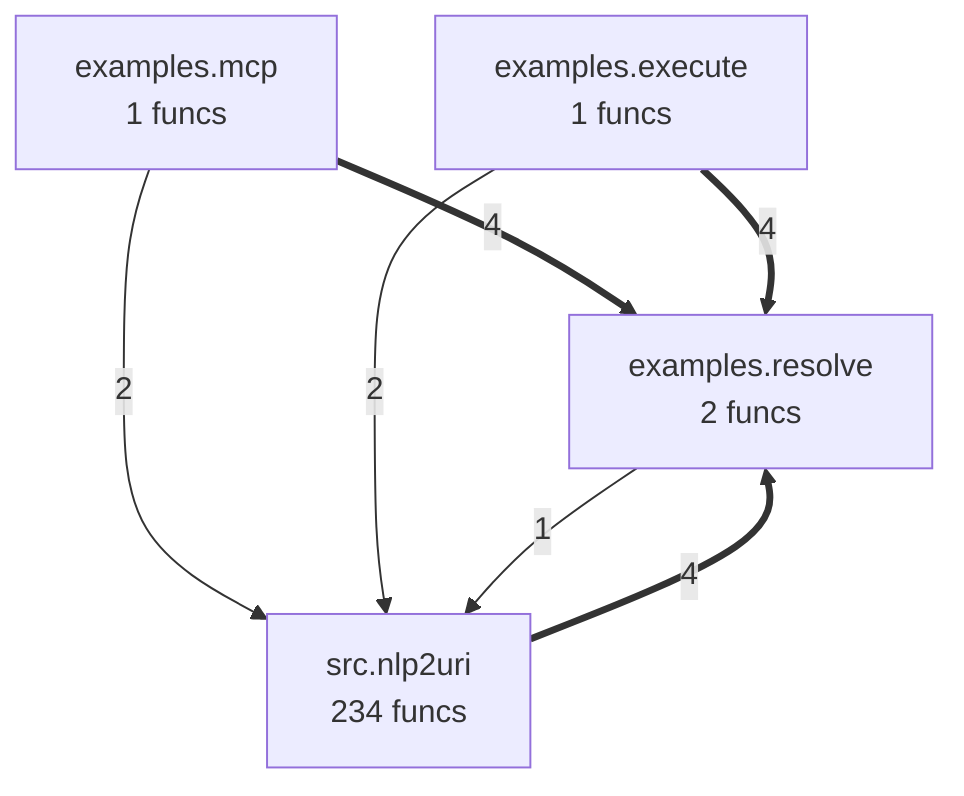
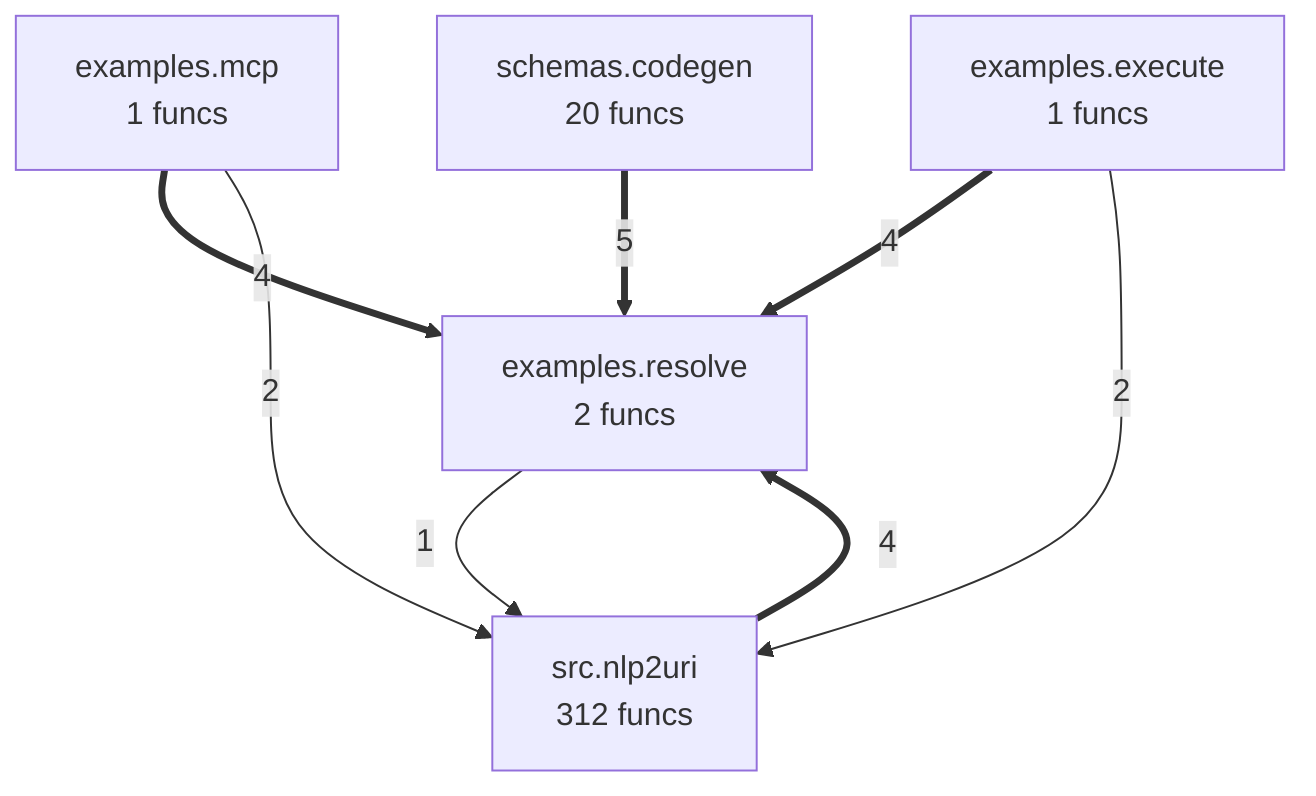
flowchart TD
- %% generated in 0.01s
+ %% generated in 0.02s
    examples__execute["examples.execute<br/>1 funcs"]
    examples__mcp["examples.mcp<br/>1 funcs"]
    examples__resolve["examples.resolve<br/>2 funcs"]
-     src__nlp2uri["src.nlp2uri<br/>234 funcs"]
+     schemas__codegen["schemas.codegen<br/>20 funcs"]
+     src__nlp2uri["src.nlp2uri<br/>312 funcs"]
+     schemas__codegen ==>|5| examples__resolve
    examples__mcp ==>|4| examples__resolve
    examples__execute ==>|4| examples__resolve
    src__nlp2uri ==>|4| examples__resolve
    examples__mcp -->|2| src__nlp2uri
    examples__execute -->|2| src__nlp2uri
    examples__resolve -->|1| src__nlp2uri
